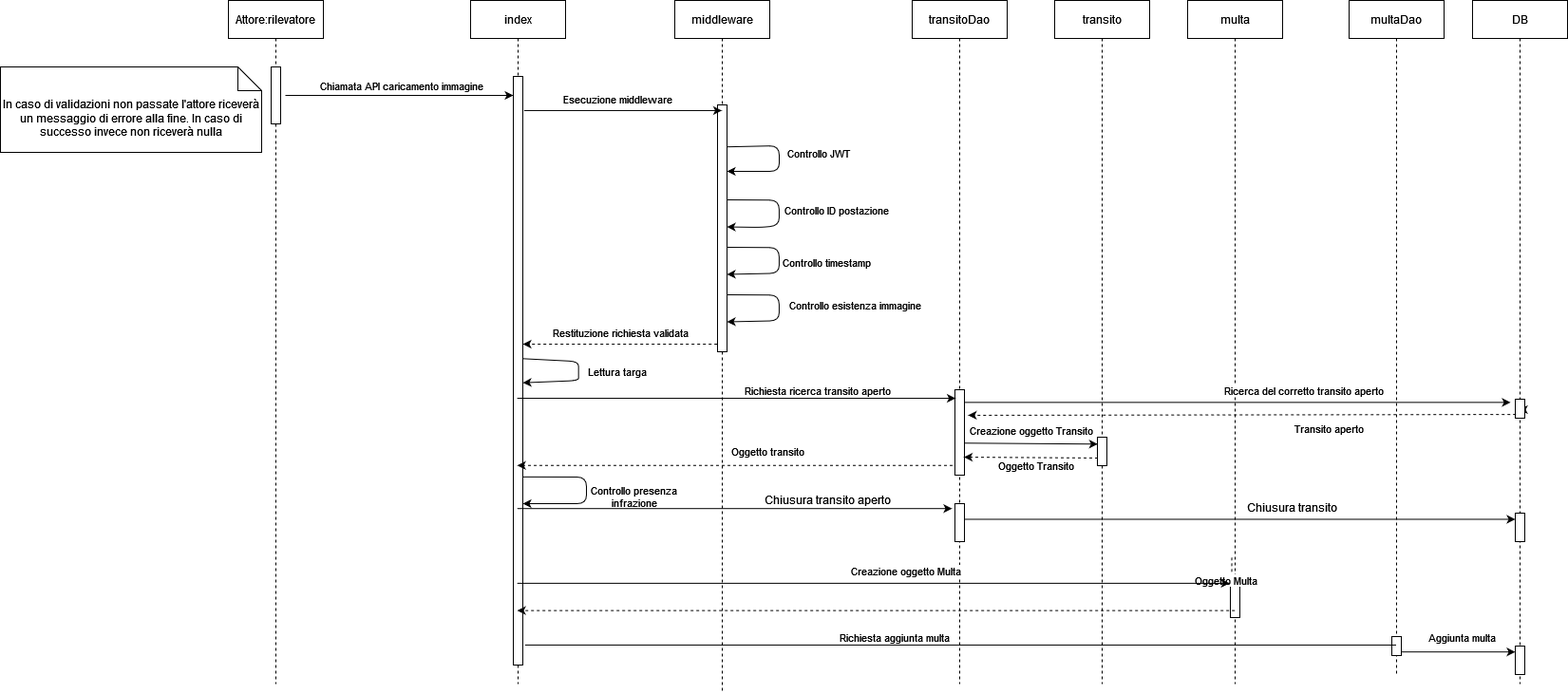
Before: immagini_esempi/SequenceDiagram/diagramma_sequenze_rilevatore_fine_multa.png, a diagram exported from draw.io (SimoneSalvoni/Progetto-PA). Source tidied: cells renumbered, new cells last; positions are measured from the earlier drawing's top-left corner, leaving out a move shared by most shapes.
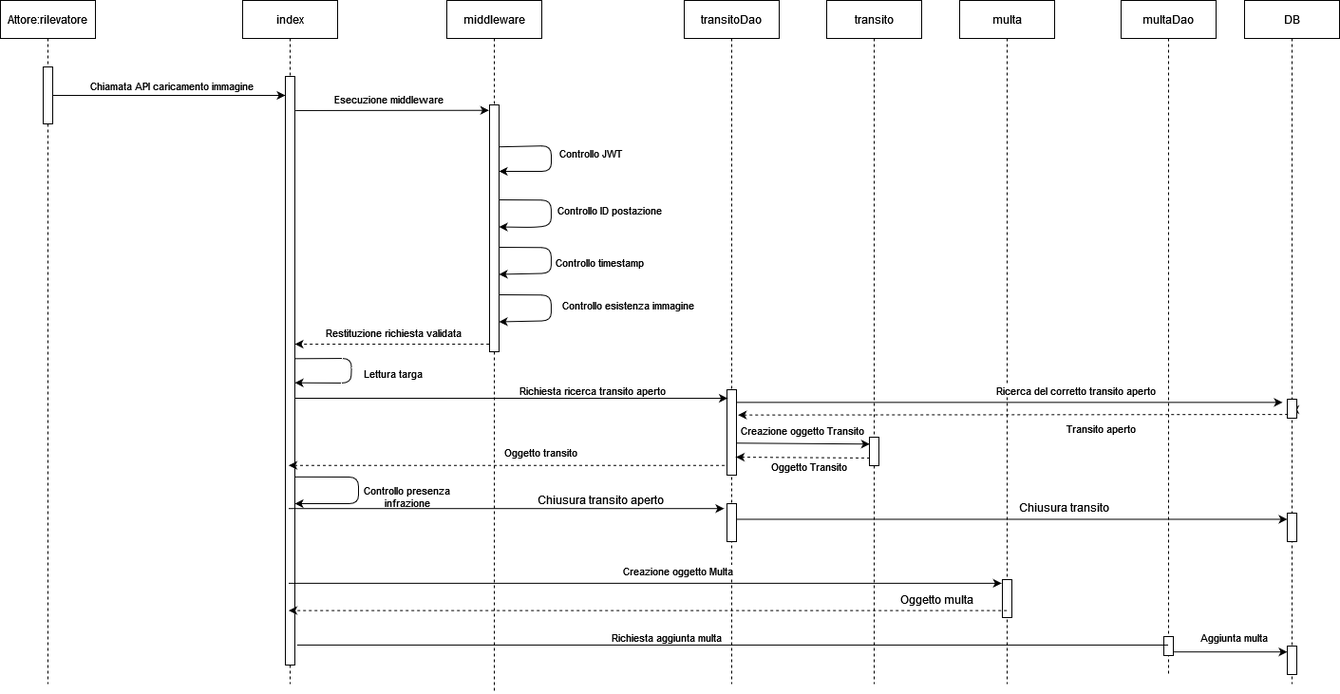
After the commit.

What changed in the source:
```diff
@@ -33,9 +33,8 @@
         <mxPoint x="55.3" y="377.3" as="sourcePoint" />
         <mxPoint x="55" y="402.7" as="targetPoint" />
         <Array as="points">
-          <mxPoint x="113.7" y="380.3" />
-          <mxPoint x="113.7" y="390.3" />
-          <mxPoint x="113.7" y="400.3" />
+          <mxPoint x="115" y="377" />
+          <mxPoint x="114" y="403" />
         </Array>
       </mxGeometry>
     </mxCell>
@@ -44,9 +43,8 @@
         <mxPoint x="63" y="-10" as="offset" />
       </mxGeometry>
     </mxCell>
-    <mxCell id="10" style="endArrow=classic;html=1;rounded=0;" parent="1" edge="1">
+    <mxCell id="10" style="endArrow=classic;html=1;rounded=0;exitX=1;exitY=0.5;exitDx=0;exitDy=0;exitPerimeter=0;" parent="1" edge="1" source="3">
       <mxGeometry relative="1" as="geometry">
-        <mxPoint x="300" y="100" as="sourcePoint" />
         <mxPoint x="540" y="100" as="targetPoint" />
       </mxGeometry>
     </mxCell>
@@ -140,7 +138,7 @@
     <mxCell id="26" style="points=[];perimeter=orthogonalPerimeter;rounded=0;shadow=0;strokeWidth=1;" parent="24" vertex="1">
       <mxGeometry x="45" y="680" width="10" height="30" as="geometry" />
     </mxCell>
-    <mxCell id="27" style="endArrow=classic;html=1;rounded=1;exitX=1.136;exitY=0.058;exitDx=0;exitDy=0;exitPerimeter=0;" parent="1" edge="1" source="5" target="12">
+    <mxCell id="27" style="endArrow=classic;html=1;rounded=1;exitX=1.067;exitY=0.058;exitDx=0;exitDy=0;exitPerimeter=0;entryX=-0.067;entryY=0.022;entryDx=0;entryDy=0;entryPerimeter=0;" parent="1" edge="1" source="5" target="13">
       <mxGeometry relative="1" as="geometry" />
     </mxCell>
     <mxCell id="28" value="Esecuzione middleware" style="edgeLabel;html=1;align=center;verticalAlign=middle;" parent="27" vertex="1">
@@ -148,140 +146,134 @@
         <mxPoint x="31" y="-12" as="offset" />
       </mxGeometry>
     </mxCell>
-    <mxCell id="29" value="In caso di validazioni non passate l'attore riceverà un messaggio di errore alla fine. In caso di successo invece non riceverà nulla" style="shape=note2;boundedLbl=1;whiteSpace=wrap;html=1;size=25;verticalAlign=top;align=center;" parent="1" vertex="1">
-      <mxGeometry y="70" width="275" height="90" as="geometry" />
+    <mxCell id="29" value="transitoDao" style="shape=umlLifeline;perimeter=lifelinePerimeter;rounded=0;shadow=0;strokeWidth=1;" parent="1" vertex="1">
+      <mxGeometry x="960" width="100" height="720" as="geometry" />
     </mxCell>
-    <mxCell id="30" value="transitoDao" style="shape=umlLifeline;perimeter=lifelinePerimeter;rounded=0;shadow=0;strokeWidth=1;" parent="1" vertex="1">
-      <mxGeometry x="960" width="100" height="720" as="geometry" />
+    <mxCell id="30" style="points=[];perimeter=orthogonalPerimeter;rounded=0;shadow=0;strokeWidth=1;" parent="29" vertex="1">
+      <mxGeometry x="45" y="530" width="10" height="40" as="geometry" />
     </mxCell>
-    <mxCell id="31" style="points=[];perimeter=orthogonalPerimeter;rounded=0;shadow=0;strokeWidth=1;" parent="30" vertex="1">
-      <mxGeometry x="45" y="530" width="10" height="40" as="geometry" />
+    <mxCell id="31" style="points=[];perimeter=orthogonalPerimeter;rounded=0;shadow=0;strokeWidth=1;" parent="29" vertex="1">
+      <mxGeometry x="45" y="410" width="10" height="90" as="geometry" />
     </mxCell>
-    <mxCell id="32" style="points=[];perimeter=orthogonalPerimeter;rounded=0;shadow=0;strokeWidth=1;" parent="30" vertex="1">
-      <mxGeometry x="45" y="410" width="10" height="90" as="geometry" />
+    <mxCell id="32" style="endArrow=classic;html=1;rounded=0;fontSize=12;entryX=-0.3;entryY=0.13;entryDx=0;entryDy=0;entryPerimeter=0;" parent="1" edge="1" source="4" target="30">
+      <mxGeometry relative="1" as="geometry" />
     </mxCell>
-    <mxCell id="33" style="endArrow=classic;html=1;rounded=0;fontSize=12;entryX=-0.3;entryY=0.13;entryDx=0;entryDy=0;entryPerimeter=0;" parent="1" edge="1" source="4" target="31">
-      <mxGeometry relative="1" as="geometry" />
+    <mxCell id="33" value="Chiusura transito aperto" style="edgeLabel;html=1;align=center;verticalAlign=middle;fontSize=12;" parent="32" vertex="1">
+      <mxGeometry x="-0.37" y="-5" relative="1" as="geometry">
+        <mxPoint x="181" y="-15" as="offset" />
+      </mxGeometry>
     </mxCell>
-    <mxCell id="34" value="Chiusura transito aperto" style="edgeLabel;html=1;align=center;verticalAlign=middle;fontSize=12;" parent="33" vertex="1">
-      <mxGeometry x="-0.37" y="-5" relative="1" as="geometry">
-        <mxPoint x="181" y="-15" as="offset" />
-      </mxGeometry>
+    <mxCell id="34" style="endArrow=classic;html=1;rounded=0;fontSize=12;exitX=0.544;exitY=0.759;exitDx=0;exitDy=0;exitPerimeter=0;" parent="1" edge="1" source="29" target="25">
+      <mxGeometry relative="1" as="geometry" />
     </mxCell>
-    <mxCell id="35" style="endArrow=classic;html=1;rounded=0;fontSize=12;exitX=0.544;exitY=0.759;exitDx=0;exitDy=0;exitPerimeter=0;" parent="1" edge="1" source="30" target="25">
-      <mxGeometry relative="1" as="geometry" />
+    <mxCell id="35" value="Chiusura transito" style="edgeLabel;html=1;align=center;verticalAlign=middle;fontSize=12;" parent="34" vertex="1">
+      <mxGeometry x="0.24" y="-1" relative="1" as="geometry">
+        <mxPoint x="-15" y="-14" as="offset" />
+      </mxGeometry>
     </mxCell>
-    <mxCell id="36" value="Chiusura transito" style="edgeLabel;html=1;align=center;verticalAlign=middle;points=[];fontSize=12;" parent="35" vertex="1">
-      <mxGeometry x="0.24" y="-1" relative="1" as="geometry">
-        <mxPoint x="-15" y="-14" as="offset" />
-      </mxGeometry>
+    <mxCell id="36" value="multaDao" style="shape=umlLifeline;perimeter=lifelinePerimeter;rounded=0;shadow=0;strokeWidth=1;" parent="1" vertex="1">
+      <mxGeometry x="1420" width="100" height="710" as="geometry" />
     </mxCell>
-    <mxCell id="37" value="multaDao" style="shape=umlLifeline;perimeter=lifelinePerimeter;rounded=0;shadow=0;strokeWidth=1;" parent="1" vertex="1">
-      <mxGeometry x="1420" width="100" height="710" as="geometry" />
+    <mxCell id="37" style="points=[];perimeter=orthogonalPerimeter;rounded=0;shadow=0;strokeWidth=1;" parent="36" vertex="1">
+      <mxGeometry x="45" y="670" width="10" height="20" as="geometry" />
     </mxCell>
-    <mxCell id="38" style="points=[];perimeter=orthogonalPerimeter;rounded=0;shadow=0;strokeWidth=1;" parent="37" vertex="1">
-      <mxGeometry x="45" y="670" width="10" height="20" as="geometry" />
+    <mxCell id="38" value="multa" style="shape=umlLifeline;perimeter=lifelinePerimeter;rounded=0;shadow=0;strokeWidth=1;" parent="1" vertex="1">
+      <mxGeometry x="1250" width="100" height="720" as="geometry" />
     </mxCell>
-    <mxCell id="39" value="multa" style="shape=umlLifeline;perimeter=lifelinePerimeter;rounded=0;shadow=0;strokeWidth=1;" parent="1" vertex="1">
-      <mxGeometry x="1250" width="100" height="720" as="geometry" />
+    <mxCell id="39" style="points=[];perimeter=orthogonalPerimeter;rounded=0;shadow=0;strokeWidth=1;" parent="38" vertex="1">
+      <mxGeometry x="45" y="610" width="10" height="40" as="geometry" />
     </mxCell>
-    <mxCell id="40" style="points=[];perimeter=orthogonalPerimeter;rounded=0;shadow=0;strokeWidth=1;" parent="39" vertex="1">
-      <mxGeometry x="45" y="610" width="10" height="40" as="geometry" />
+    <mxCell id="40" style="endArrow=classic;html=1;rounded=1;entryX=-0.078;entryY=0.097;entryDx=0;entryDy=0;entryPerimeter=0;" parent="1" edge="1" source="4" target="39">
+      <mxGeometry relative="1" as="geometry" />
     </mxCell>
-    <mxCell id="41" style="endArrow=none;html=1;rounded=1;dashed=1;exitX=0.465;exitY=0.815;exitDx=0;exitDy=0;exitPerimeter=0;" parent="39" edge="1" source="39" target="40">
-      <mxGeometry relative="1" as="geometry" />
+    <mxCell id="41" value="Creazione oggetto Multa" style="edgeLabel;html=1;align=center;verticalAlign=middle;" parent="40" vertex="1">
+      <mxGeometry x="0.09" y="-4" relative="1" as="geometry">
+        <mxPoint y="-18" as="offset" />
+      </mxGeometry>
     </mxCell>
-    <mxCell id="42" value="Oggetto Multa" style="edgeLabel;html=1;align=center;verticalAlign=middle;" parent="41" vertex="1">
-      <mxGeometry x="-0.1" relative="1" as="geometry">
-        <mxPoint x="-7" y="13" as="offset" />
-      </mxGeometry>
+    <mxCell id="42" style="endArrow=classic;html=1;rounded=1;dashed=1;exitX=0.465;exitY=0.815;exitDx=0;exitDy=0;exitPerimeter=0;startArrow=none;" parent="1" edge="1" source="39" target="4">
+      <mxGeometry relative="1" as="geometry" />
     </mxCell>
-    <mxCell id="43" style="endArrow=classic;html=1;rounded=1;entryX=-0.078;entryY=0.097;entryDx=0;entryDy=0;entryPerimeter=0;" parent="1" edge="1" source="4" target="40">
+    <mxCell id="43" style="endArrow=classic;html=1;rounded=1;exitX=1.048;exitY=0.81;exitDx=0;exitDy=0;exitPerimeter=0;entryX=0;entryY=0.207;entryDx=0;entryDy=0;entryPerimeter=0;" parent="1" edge="1" source="37" target="26">
       <mxGeometry relative="1" as="geometry" />
     </mxCell>
-    <mxCell id="44" value="Creazione oggetto Multa" style="edgeLabel;html=1;align=center;verticalAlign=middle;" parent="43" vertex="1">
-      <mxGeometry x="0.09" y="-4" relative="1" as="geometry">
-        <mxPoint y="-18" as="offset" />
+    <mxCell id="44" value="Aggiunta multa" style="edgeLabel;html=1;align=center;verticalAlign=middle;" parent="43" vertex="1">
+      <mxGeometry x="0.08" relative="1" as="geometry">
+        <mxPoint x="-1" y="-16" as="offset" />
       </mxGeometry>
     </mxCell>
-    <mxCell id="45" style="endArrow=classic;html=1;rounded=1;dashed=1;exitX=0.465;exitY=0.815;exitDx=0;exitDy=0;exitPerimeter=0;startArrow=none;" parent="1" edge="1" source="40" target="4">
-      <mxGeometry relative="1" as="geometry" />
+    <mxCell id="45" value="transito" style="shape=umlLifeline;perimeter=lifelinePerimeter;rounded=0;shadow=0;strokeWidth=1;" parent="1" vertex="1">
+      <mxGeometry x="1110" width="100" height="720" as="geometry" />
     </mxCell>
-    <mxCell id="46" style="endArrow=classic;html=1;rounded=1;exitX=1.048;exitY=0.81;exitDx=0;exitDy=0;exitPerimeter=0;entryX=0;entryY=0.207;entryDx=0;entryDy=0;entryPerimeter=0;" parent="1" edge="1" source="38" target="26">
-      <mxGeometry relative="1" as="geometry" />
+    <mxCell id="46" style="points=[];perimeter=orthogonalPerimeter;rounded=0;shadow=0;strokeWidth=1;" parent="45" vertex="1">
+      <mxGeometry x="45" y="460" width="10" height="30" as="geometry" />
     </mxCell>
-    <mxCell id="47" value="Aggiunta multa" style="edgeLabel;html=1;align=center;verticalAlign=middle;" parent="46" vertex="1">
-      <mxGeometry x="0.08" relative="1" as="geometry">
-        <mxPoint x="-1" y="-16" as="offset" />
-      </mxGeometry>
+    <mxCell id="47" style="endArrow=none;html=1;rounded=1;exitX=1.225;exitY=0.966;exitDx=0;exitDy=0;exitPerimeter=0;" parent="1" edge="1" source="5" target="36">
+      <mxGeometry relative="1" as="geometry" />
     </mxCell>
-    <mxCell id="48" value="transito" style="shape=umlLifeline;perimeter=lifelinePerimeter;rounded=0;shadow=0;strokeWidth=1;" parent="1" vertex="1">
-      <mxGeometry x="1110" width="100" height="720" as="geometry" />
+    <mxCell id="48" value="Richiesta aggiunta multa" style="edgeLabel;html=1;align=center;verticalAlign=middle;points=[];" parent="47" vertex="1">
+      <mxGeometry x="-0.13" relative="1" as="geometry">
+        <mxPoint x="-12" y="-9" as="offset" />
+      </mxGeometry>
     </mxCell>
-    <mxCell id="49" style="points=[];perimeter=orthogonalPerimeter;rounded=0;shadow=0;strokeWidth=1;" parent="48" vertex="1">
-      <mxGeometry x="45" y="460" width="10" height="30" as="geometry" />
+    <mxCell id="49" style="endArrow=classic;html=1;rounded=0;entryX=0.456;entryY=0.582;entryDx=0;entryDy=0;entryPerimeter=0;" parent="1" edge="1" target="29">
+      <mxGeometry relative="1" as="geometry">
+        <mxPoint x="550" y="419" as="sourcePoint" />
+      </mxGeometry>
     </mxCell>
-    <mxCell id="50" style="endArrow=none;html=1;rounded=1;exitX=1.225;exitY=0.966;exitDx=0;exitDy=0;exitPerimeter=0;" parent="1" edge="1" source="5" target="37">
-      <mxGeometry relative="1" as="geometry" />
+    <mxCell id="50" value="Richiesta ricerca transito aperto" style="edgeLabel;html=1;align=center;verticalAlign=middle;" parent="49" vertex="1">
+      <mxGeometry x="0.29" y="-3" relative="1" as="geometry">
+        <mxPoint x="18" y="-12" as="offset" />
+      </mxGeometry>
     </mxCell>
-    <mxCell id="51" value="Richiesta aggiunta multa" style="edgeLabel;html=1;align=center;verticalAlign=middle;" parent="50" vertex="1">
-      <mxGeometry x="-0.13" relative="1" as="geometry">
-        <mxPoint x="-12" y="-9" as="offset" />
-      </mxGeometry>
+    <mxCell id="51" style="endArrow=classic;html=1;rounded=0;exitX=0.551;exitY=0.549;exitDx=0;exitDy=0;exitPerimeter=0;startArrow=none;" parent="1" edge="1" source="52" target="24">
+      <mxGeometry relative="1" as="geometry" />
     </mxCell>
-    <mxCell id="52" style="endArrow=classic;html=1;rounded=0;entryX=0.456;entryY=0.582;entryDx=0;entryDy=0;entryPerimeter=0;" parent="1" edge="1" source="4" target="30">
-      <mxGeometry relative="1" as="geometry" />
+    <mxCell id="52" style="points=[];perimeter=orthogonalPerimeter;rounded=0;shadow=0;strokeWidth=1;" parent="1" vertex="1">
+      <mxGeometry x="1595" y="420" width="10" height="20" as="geometry" />
     </mxCell>
-    <mxCell id="53" value="Richiesta ricerca transito aperto" style="edgeLabel;html=1;align=center;verticalAlign=middle;" parent="52" vertex="1">
-      <mxGeometry x="0.29" y="-3" relative="1" as="geometry">
-        <mxPoint x="18" y="-12" as="offset" />
-      </mxGeometry>
+    <mxCell id="53" style="endArrow=classic;html=1;rounded=0;entryX=0.453;entryY=0.649;entryDx=0;entryDy=0;entryPerimeter=0;exitX=0.943;exitY=0.625;exitDx=0;exitDy=0;exitPerimeter=0;" parent="1" edge="1" source="31" target="45">
+      <mxGeometry relative="1" as="geometry" />
     </mxCell>
-    <mxCell id="54" style="endArrow=classic;html=1;rounded=0;exitX=0.551;exitY=0.549;exitDx=0;exitDy=0;exitPerimeter=0;startArrow=none;" parent="1" edge="1" source="55" target="24">
-      <mxGeometry relative="1" as="geometry" />
+    <mxCell id="54" value="Creazione oggetto Transito" style="edgeLabel;html=1;align=center;verticalAlign=middle;" parent="53" vertex="1">
+      <mxGeometry x="-0.74" y="-2" relative="1" as="geometry">
+        <mxPoint x="51" y="-16" as="offset" />
+      </mxGeometry>
     </mxCell>
-    <mxCell id="55" style="points=[];perimeter=orthogonalPerimeter;rounded=0;shadow=0;strokeWidth=1;" parent="1" vertex="1">
-      <mxGeometry x="1595" y="420" width="10" height="20" as="geometry" />
+    <mxCell id="55" style="endArrow=classic;html=1;rounded=0;exitX=0.07;exitY=0.803;exitDx=0;exitDy=0;exitPerimeter=0;entryX=1.168;entryY=0.296;entryDx=0;entryDy=0;entryPerimeter=0;dashed=1;" parent="1" edge="1" source="52" target="31">
+      <mxGeometry relative="1" as="geometry" />
     </mxCell>
-    <mxCell id="56" style="endArrow=classic;html=1;rounded=0;entryX=0.453;entryY=0.649;entryDx=0;entryDy=0;entryPerimeter=0;exitX=0.943;exitY=0.625;exitDx=0;exitDy=0;exitPerimeter=0;" parent="1" edge="1" source="32" target="48">
-      <mxGeometry relative="1" as="geometry" />
+    <mxCell id="56" value="Transito aperto" style="edgeLabel;html=1;align=center;verticalAlign=middle;" parent="55" vertex="1">
+      <mxGeometry x="-0.31" y="-2" relative="1" as="geometry">
+        <mxPoint y="16" as="offset" />
+      </mxGeometry>
     </mxCell>
-    <mxCell id="57" value="Creazione oggetto Transito" style="edgeLabel;html=1;align=center;verticalAlign=middle;" parent="56" vertex="1">
-      <mxGeometry x="-0.74" y="-2" relative="1" as="geometry">
-        <mxPoint x="51" y="-16" as="offset" />
-      </mxGeometry>
+    <mxCell id="57" style="endArrow=classic;html=1;rounded=0;dashed=1;exitX=0.049;exitY=0.73;exitDx=0;exitDy=0;exitPerimeter=0;entryX=0.951;entryY=0.789;entryDx=0;entryDy=0;entryPerimeter=0;" parent="1" edge="1" source="46" target="31">
+      <mxGeometry relative="1" as="geometry" />
     </mxCell>
-    <mxCell id="58" style="endArrow=classic;html=1;rounded=0;exitX=0.07;exitY=0.803;exitDx=0;exitDy=0;exitPerimeter=0;entryX=1.384;entryY=0.299;entryDx=0;entryDy=0;entryPerimeter=0;dashed=1;" parent="1" edge="1" source="55" target="32">
-      <mxGeometry relative="1" as="geometry" />
+    <mxCell id="58" value="Oggetto Transito" style="edgeLabel;html=1;align=center;verticalAlign=middle;" parent="57" vertex="1">
+      <mxGeometry x="-0.42" relative="1" as="geometry">
+        <mxPoint x="-25" y="8" as="offset" />
+      </mxGeometry>
     </mxCell>
-    <mxCell id="59" value="Transito aperto" style="edgeLabel;html=1;align=center;verticalAlign=middle;" parent="58" vertex="1">
-      <mxGeometry x="-0.31" y="-2" relative="1" as="geometry">
-        <mxPoint y="16" as="offset" />
-      </mxGeometry>
+    <mxCell id="59" style="endArrow=classic;html=1;rounded=0;dashed=1;exitX=-0.25;exitY=0.886;exitDx=0;exitDy=0;exitPerimeter=0;" parent="1" edge="1" source="31" target="4">
+      <mxGeometry relative="1" as="geometry" />
     </mxCell>
-    <mxCell id="60" style="endArrow=classic;html=1;rounded=0;dashed=1;exitX=0.049;exitY=0.73;exitDx=0;exitDy=0;exitPerimeter=0;entryX=0.951;entryY=0.789;entryDx=0;entryDy=0;entryPerimeter=0;" parent="1" edge="1" source="49" target="32">
-      <mxGeometry relative="1" as="geometry" />
+    <mxCell id="60" value="Oggetto transito" style="edgeLabel;html=1;align=center;verticalAlign=middle;" parent="59" vertex="1">
+      <mxGeometry x="-0.15" y="-3" relative="1" as="geometry">
+        <mxPoint x="-1" y="-12" as="offset" />
+      </mxGeometry>
     </mxCell>
-    <mxCell id="61" value="Oggetto Transito" style="edgeLabel;html=1;align=center;verticalAlign=middle;" parent="60" vertex="1">
-      <mxGeometry x="-0.42" relative="1" as="geometry">
-        <mxPoint x="-25" y="8" as="offset" />
-      </mxGeometry>
+    <mxCell id="61" style="endArrow=classic;html=1;rounded=1;exitX=0.547;exitY=0.588;exitDx=0;exitDy=0;exitPerimeter=0;entryX=0.4;entryY=0.588;entryDx=0;entryDy=0;entryPerimeter=0;" parent="1" edge="1" source="29" target="24">
+      <mxGeometry relative="1" as="geometry" />
     </mxCell>
-    <mxCell id="62" style="endArrow=classic;html=1;rounded=0;dashed=1;exitX=-0.25;exitY=0.886;exitDx=0;exitDy=0;exitPerimeter=0;" parent="1" edge="1" source="32" target="4">
-      <mxGeometry relative="1" as="geometry" />
+    <mxCell id="62" value="Ricerca del corretto transito aperto" style="edgeLabel;html=1;align=center;verticalAlign=middle;" parent="61" vertex="1">
+      <mxGeometry x="0.16" y="1" relative="1" as="geometry">
+        <mxPoint x="22" y="-12" as="offset" />
+      </mxGeometry>
     </mxCell>
-    <mxCell id="63" value="Oggetto transito" style="edgeLabel;html=1;align=center;verticalAlign=middle;" parent="62" vertex="1">
-      <mxGeometry x="-0.15" y="-3" relative="1" as="geometry">
-        <mxPoint x="-1" y="-12" as="offset" />
-      </mxGeometry>
+    <mxCell id="63" value="Oggetto multa" style="edgeLabel;html=1;align=center;verticalAlign=middle;fontSize=12;" parent="1" vertex="1">
+      <mxGeometry x="1225" y="630" as="geometry" />
     </mxCell>
-    <mxCell id="64" style="endArrow=classic;html=1;rounded=1;exitX=0.547;exitY=0.588;exitDx=0;exitDy=0;exitPerimeter=0;entryX=0.4;entryY=0.588;entryDx=0;entryDy=0;entryPerimeter=0;" parent="1" edge="1" source="30" target="24">
-      <mxGeometry relative="1" as="geometry" />
-    </mxCell>
-    <mxCell id="65" value="Ricerca del corretto transito aperto" style="edgeLabel;html=1;align=center;verticalAlign=middle;" parent="64" vertex="1">
-      <mxGeometry x="0.16" y="1" relative="1" as="geometry">
-        <mxPoint x="22" y="-12" as="offset" />
-      </mxGeometry>
-    </mxCell>
   </root>
 </mxGraphModel>
```
